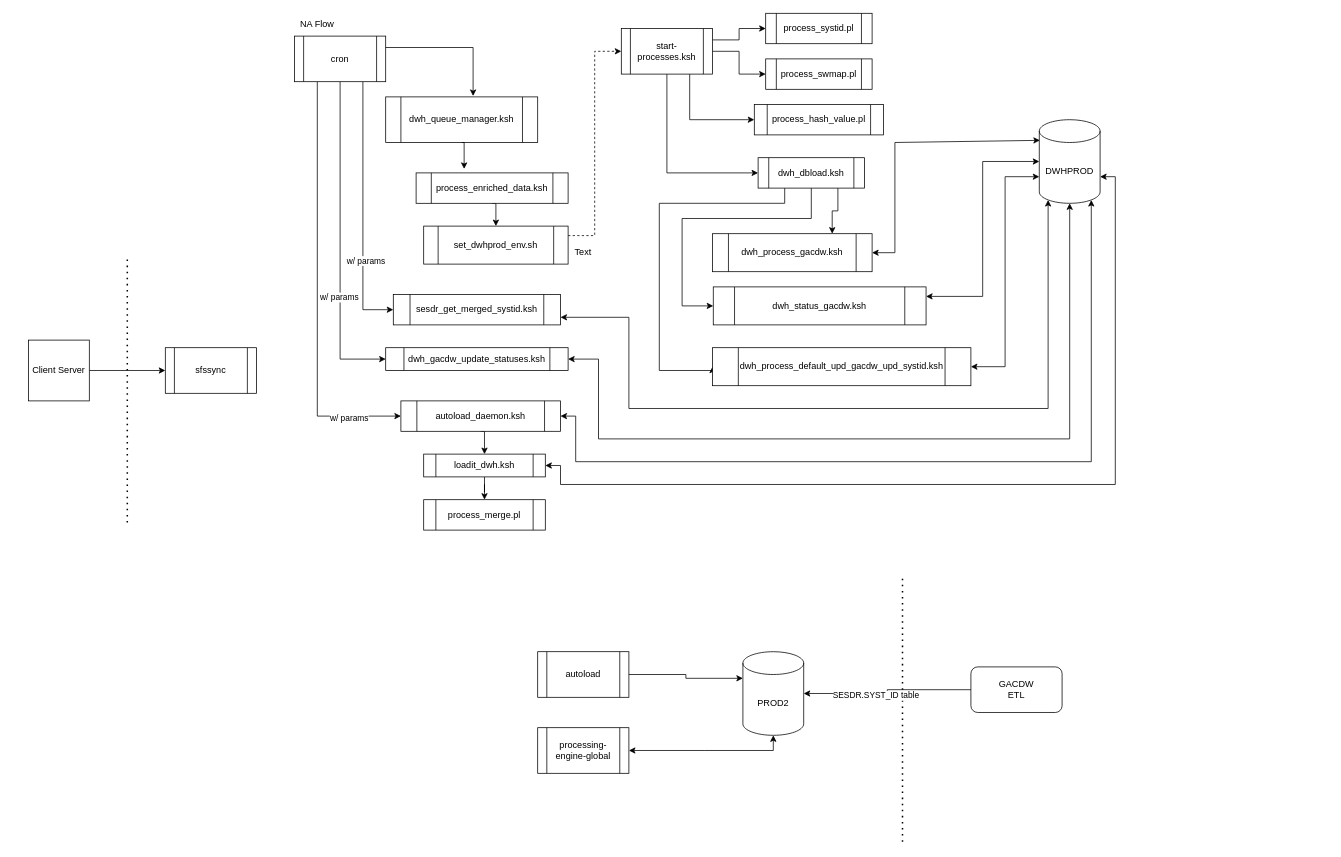
The draw.io diagram SSS-Flow-Diagram.drawio in polgas16/webpack-dev-server-cors, before the edit. Source tidied: cells renumbered, new cells numbered last; positions are measured from the earlier drawing's top-left corner, leaving out a move shared by most shapes. Both pictures are drawn from the tidied source at 76%, with x=0, y=0 at pixel (28, 13).
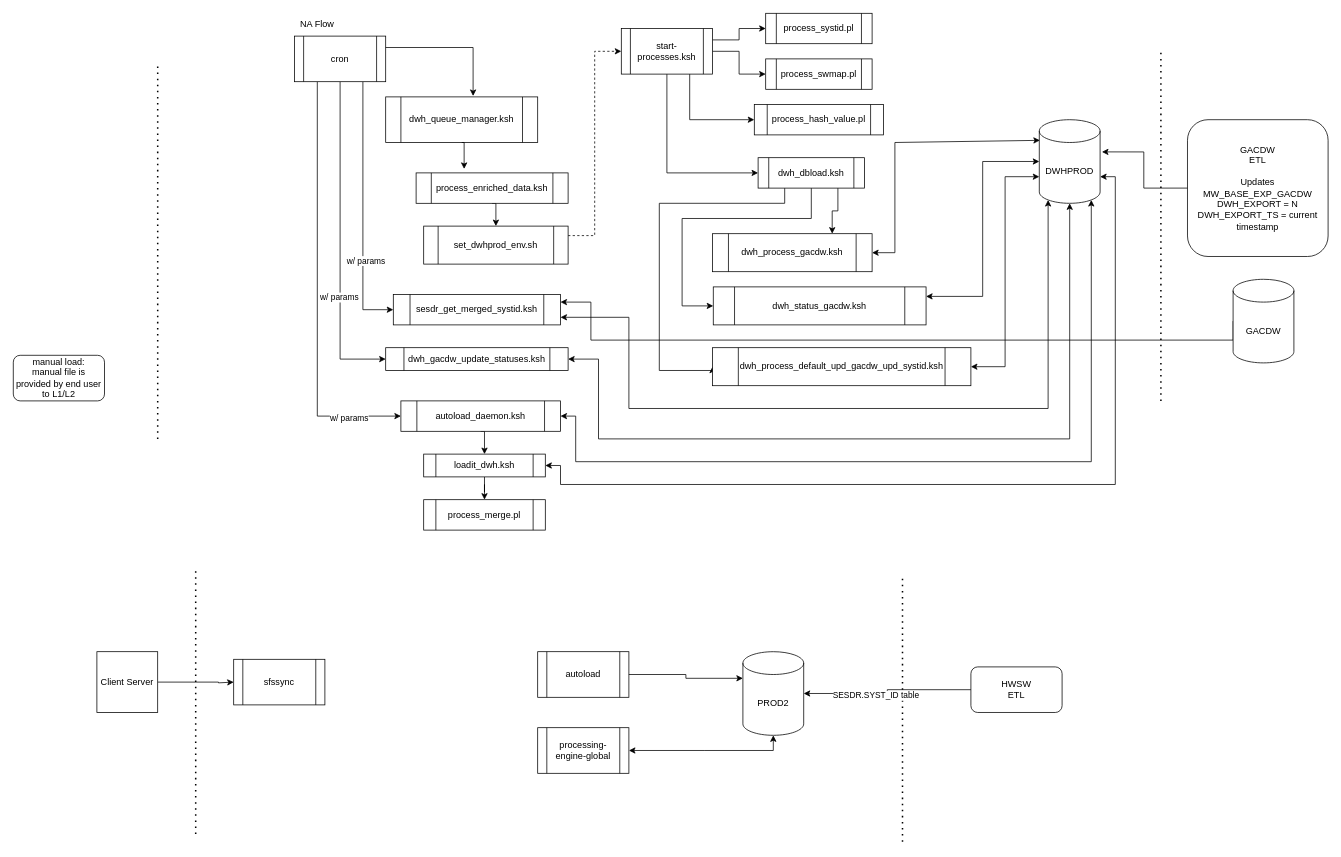
The same diagram, later.

The change refers to these unchanged cells:
```xml
<mxCell id="4" value="DWHPROD" style="shape=cylinder3;whiteSpace=wrap;html=1;boundedLbl=1;backgroundOutline=1;size=15;" parent="1" vertex="1">
  <mxGeometry x="1330" y="140" width="80" height="110" as="geometry" />
</mxCell>
<mxCell id="46" value="sesdr_get_merged_systid.ksh" style="shape=process;whiteSpace=wrap;html=1;backgroundOutline=1;" parent="1" vertex="1">
  <mxGeometry x="480" y="370" width="220" height="40" as="geometry" />
</mxCell>
```

Change to the diagram source:
```diff
@@
     <mxCell id="6" style="edgeStyle=orthogonalEdgeStyle;rounded=0;jettySize=auto;html=1;exitX=1;exitY=0.5;exitDx=0;exitDy=0;entryX=0;entryY=0.5;entryDx=0;entryDy=0;" parent="1" edge="1" source="7">
       <mxGeometry relative="1" as="geometry">
-        <mxPoint x="180" y="470" as="targetPoint" />
+        <mxPoint x="270" y="880" as="targetPoint" />
+        <Array as="points">
+          <mxPoint x="250" y="880" />
+          <mxPoint x="250" y="881" />
+        </Array>
       </mxGeometry>
     </mxCell>
     <mxCell id="7" value="Client Server" style="whiteSpace=wrap;html=1;" parent="1" vertex="1">
-      <mxGeometry y="430" width="80" height="80" as="geometry" />
+      <mxGeometry x="90" y="840" width="80" height="80" as="geometry" />
     </mxCell>
@@
     <mxCell id="9" style="endArrow=none;dashed=1;html=1;dashPattern=1 3;strokeWidth=2;rounded=0;" parent="1" edge="1">
       <mxGeometry relative="1" as="geometry">
-        <mxPoint x="130" y="670" as="sourcePoint" />
-        <mxPoint x="130" y="320" as="targetPoint" />
+        <mxPoint x="220" y="1080" as="sourcePoint" />
+        <mxPoint x="220" y="730" as="targetPoint" />
         <Array as="points">
-          <mxPoint x="130" y="430" />
+          <mxPoint x="220" y="840" />
         </Array>
       </mxGeometry>
     </mxCell>
@@
     <mxCell id="13" value="sfssync" style="shape=process;whiteSpace=wrap;html=1;backgroundOutline=1;" parent="1" vertex="1">
-      <mxGeometry x="180" y="440" width="120" height="60" as="geometry" />
+      <mxGeometry x="270" y="850" width="120" height="60" as="geometry" />
     </mxCell>
@@
-    <mxCell id="57" value="GACDW&lt;br&gt;ETL" style="rounded=1;whiteSpace=wrap;html=1;" parent="1" vertex="1">
+    <mxCell id="57" value="HWSW&lt;br&gt;ETL" style="rounded=1;whiteSpace=wrap;html=1;" parent="1" vertex="1">
       <mxGeometry x="1240" y="860" width="120" height="60" as="geometry" />
     </mxCell>
@@
-    <mxCell id="60" value="Text" style="text;html=1;strokeColor=none;fillColor=none;align=center;verticalAlign=middle;whiteSpace=wrap;rounded=0;" parent="1" vertex="1">
-      <mxGeometry x="700" y="300" width="60" height="30" as="geometry" />
-    </mxCell>
+    <mxCell id="61" value="GACDW&lt;br&gt;ETL&lt;br&gt;&lt;br&gt;Updates MW_BASE_EXP_GACDW&lt;br&gt;DWH_EXPORT = N&lt;br&gt;DWH_EXPORT_TS = current timestamp" style="rounded=1;whiteSpace=wrap;html=1;" parent="1" vertex="1">
+      <mxGeometry x="1525" y="140" width="185" height="180" as="geometry" />
+    </mxCell>
+    <mxCell id="62" style="edgeStyle=orthogonalEdgeStyle;rounded=0;jettySize=auto;html=1;exitX=0;exitY=0.5;exitDx=0;exitDy=0;entryX=1.03;entryY=0.385;entryDx=0;entryDy=0;entryPerimeter=0;" parent="1" edge="1" source="61" target="4">
+      <mxGeometry relative="1" as="geometry" />
+    </mxCell>
+    <mxCell id="63" style="endArrow=none;dashed=1;html=1;dashPattern=1 3;strokeWidth=2;rounded=0;" parent="1" edge="1">
+      <mxGeometry relative="1" as="geometry">
+        <mxPoint x="1490" y="510" as="sourcePoint" />
+        <mxPoint x="1490" y="50" as="targetPoint" />
+        <Array as="points">
+          <mxPoint x="1490" y="160" />
+        </Array>
+      </mxGeometry>
+    </mxCell>
+    <mxCell id="64" style="edgeStyle=orthogonalEdgeStyle;rounded=0;jettySize=auto;html=1;exitX=0;exitY=0.5;exitDx=0;exitDy=0;exitPerimeter=0;entryX=1;entryY=0.25;entryDx=0;entryDy=0;" parent="1" edge="1" source="65" target="46">
+      <mxGeometry relative="1" as="geometry">
+        <Array as="points">
+          <mxPoint x="1585" y="430" />
+          <mxPoint x="740" y="430" />
+          <mxPoint x="740" y="380" />
+        </Array>
+      </mxGeometry>
+    </mxCell>
+    <mxCell id="65" value="GACDW" style="shape=cylinder3;whiteSpace=wrap;html=1;boundedLbl=1;backgroundOutline=1;size=15;" parent="1" vertex="1">
+      <mxGeometry x="1585" y="350" width="80" height="110" as="geometry" />
+    </mxCell>
+    <mxCell id="66" style="endArrow=none;dashed=1;html=1;dashPattern=1 3;strokeWidth=2;rounded=0;" parent="1" edge="1">
+      <mxGeometry relative="1" as="geometry">
+        <mxPoint x="170" y="560" as="sourcePoint" />
+        <mxPoint x="170" y="70" as="targetPoint" />
+        <Array as="points">
+          <mxPoint x="170" y="320" />
+        </Array>
+      </mxGeometry>
+    </mxCell>
+    <mxCell id="67" value="manual load:&lt;br&gt;manual file is provided by end user to L1/L2" style="rounded=1;whiteSpace=wrap;html=1;" parent="1" vertex="1">
+      <mxGeometry x="-20" y="450" width="120" height="60" as="geometry" />
+    </mxCell>
```
